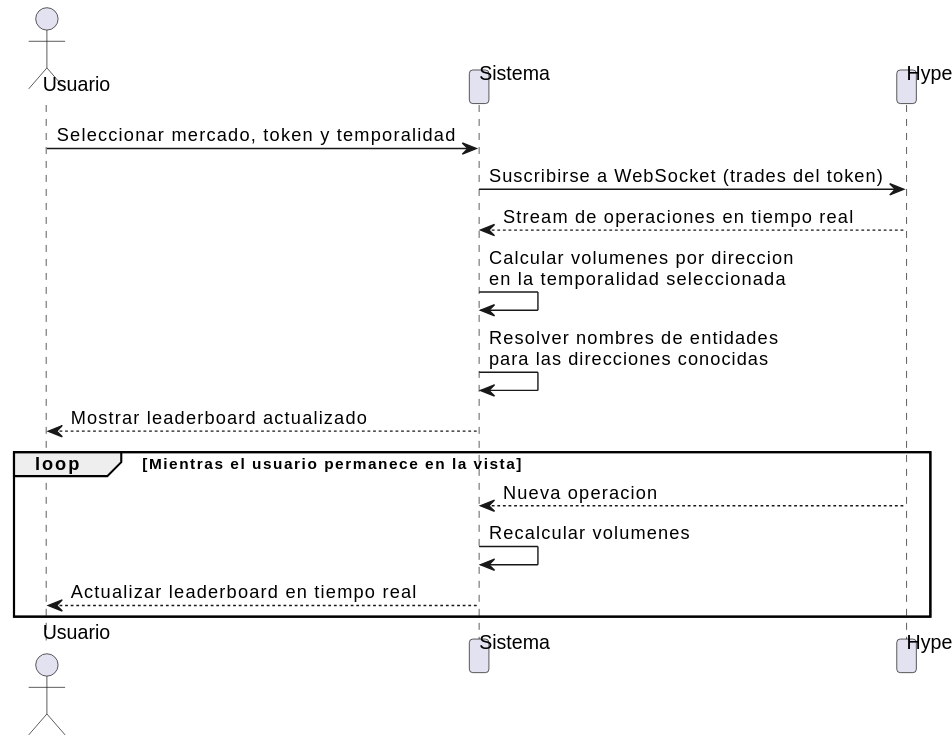
Earlier version of the PlantUML export imagenes/capitulo2/CU01-secuencia.svg (nekiiiiis/tfg).
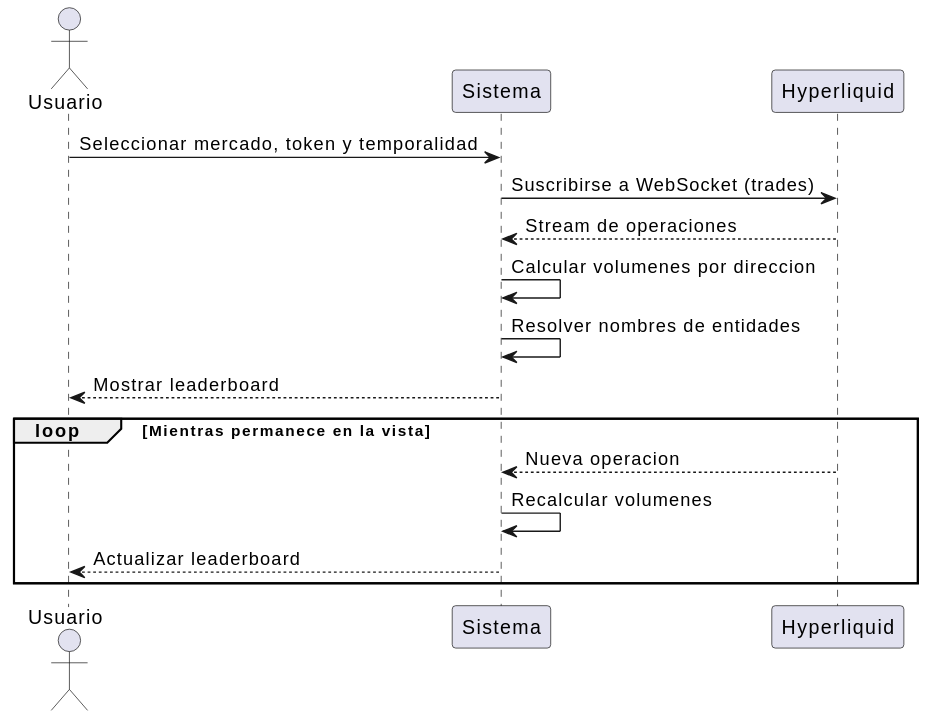
The same file after the commit.

Diff of the diagram source:
```diff
@@ -1,19 +1,19 @@
 @startuml
-actor Usuario as U
+actor "Usuario" as U
 participant "Sistema" as S
-participant "Hyperliquid L1" as HL
+participant "Hyperliquid" as HL
 
 U -> S : Seleccionar mercado, token y temporalidad
-S -> HL : Suscribirse a WebSocket (trades del token)
-HL --> S : Stream de operaciones en tiempo real
+S -> HL : Suscribirse a WebSocket (trades)
+HL --> S : Stream de operaciones
 
-S -> S : Calcular volumenes por direccion\nen la temporalidad seleccionada
-S -> S : Resolver nombres de entidades\npara las direcciones conocidas
-S --> U : Mostrar leaderboard actualizado
+S -> S : Calcular volumenes por direccion
+S -> S : Resolver nombres de entidades
+S --> U : Mostrar leaderboard
 
-loop Mientras el usuario permanece en la vista
+loop Mientras permanece en la vista
   HL --> S : Nueva operacion
   S -> S : Recalcular volumenes
-  S --> U : Actualizar leaderboard en tiempo real
+  S --> U : Actualizar leaderboard
 end
 @enduml
```
